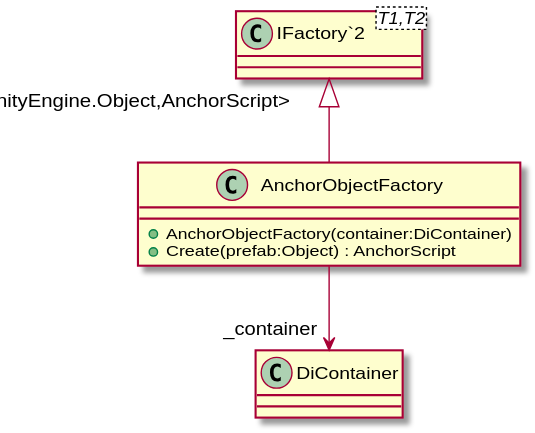
Above: UML/Assets/Scripts/AnchorObjectFactory.svg in DeNatur/ProductionFloorVisualization (PlantUML), before the change.
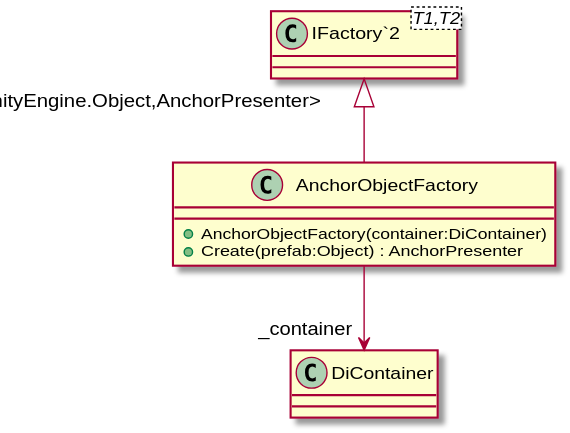
After the commit.

The edit, as a diff of the source:
```diff
@@ -1,10 +1,10 @@
 @startuml
 class AnchorObjectFactory {
     + AnchorObjectFactory(container:DiContainer)
-    + Create(prefab:Object) : AnchorScript
+    + Create(prefab:Object) : AnchorPresenter
 }
 class "IFactory`2"<T1,T2> {
 }
-"IFactory`2" "<UnityEngine.Object,AnchorScript>" <|-- AnchorObjectFactory
+"IFactory`2" "<UnityEngine.Object,AnchorPresenter>" <|-- AnchorObjectFactory
 AnchorObjectFactory --> "_container" DiContainer
 @enduml
```
